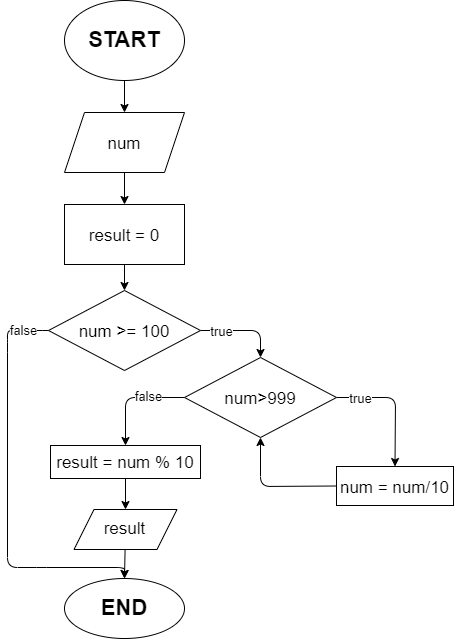
Before: HW2/Task2/task2.drawio.png, a diagram exported from draw.io (nondusty1/Homework). Source tidied: cells renumbered, new cells last; positions are measured from the earlier drawing's top-left corner, leaving out a move shared by most shapes. The source it was exported from:
```xml
<mxGraphModel>
  <root>
    <mxCell id="0" />
    <mxCell id="1" parent="0" />
    <mxCell id="2" style="edgeStyle=none;html=1;exitX=0.5;exitY=1;exitDx=0;exitDy=0;entryX=0.5;entryY=0;entryDx=0;entryDy=0;fontSize=22;" parent="1" edge="1" source="3" target="5">
      <mxGeometry relative="1" as="geometry" />
    </mxCell>
    <mxCell id="3" value="&lt;b&gt;&lt;font style=&quot;font-size: 22px&quot;&gt;START&lt;/font&gt;&lt;/b&gt;" style="ellipse;whiteSpace=wrap;html=1;" parent="1" vertex="1">
      <mxGeometry x="57" width="120" height="80" as="geometry" />
    </mxCell>
    <mxCell id="4" style="edgeStyle=none;html=1;fontSize=17;" parent="1" edge="1" source="5" target="7">
      <mxGeometry relative="1" as="geometry" />
    </mxCell>
    <mxCell id="5" value="&lt;font style=&quot;font-size: 17px&quot;&gt;num&lt;/font&gt;" style="shape=parallelogram;perimeter=parallelogramPerimeter;whiteSpace=wrap;html=1;fixedSize=1;fontSize=22;" parent="1" vertex="1">
      <mxGeometry x="57" y="112" width="120" height="60" as="geometry" />
    </mxCell>
    <mxCell id="6" style="edgeStyle=none;html=1;fontSize=17;" parent="1" edge="1" source="7" target="12">
      <mxGeometry relative="1" as="geometry" />
    </mxCell>
    <mxCell id="7" value="&lt;font style=&quot;font-size: 17px&quot;&gt;result = 0&lt;/font&gt;" style="whiteSpace=wrap;html=1;fontSize=22;" parent="1" vertex="1">
      <mxGeometry x="57" y="204" width="120" height="60" as="geometry" />
    </mxCell>
    <mxCell id="8" style="edgeStyle=none;html=1;exitX=1;exitY=0.5;exitDx=0;exitDy=0;entryX=0.5;entryY=0;entryDx=0;entryDy=0;fontSize=17;" parent="1" edge="1" source="12" target="17">
      <mxGeometry relative="1" as="geometry">
        <Array as="points">
          <mxPoint x="253" y="330" />
        </Array>
      </mxGeometry>
    </mxCell>
    <mxCell id="9" value="&lt;font style=&quot;font-size: 13px&quot;&gt;true&lt;/font&gt;" style="edgeLabel;html=1;align=center;verticalAlign=middle;fontSize=17;" parent="8" vertex="1">
      <mxGeometry x="-0.52" relative="1" as="geometry" />
    </mxCell>
    <mxCell id="10" style="edgeStyle=none;html=1;exitX=0;exitY=0.5;exitDx=0;exitDy=0;entryX=0.5;entryY=0;entryDx=0;entryDy=0;fontSize=22;" parent="1" edge="1" source="12" target="24">
      <mxGeometry relative="1" as="geometry">
        <Array as="points">
          <mxPoint x="29" y="330" />
          <mxPoint x="14" y="330" />
          <mxPoint y="330" />
          <mxPoint y="342" />
          <mxPoint y="567" />
          <mxPoint x="29" y="567" />
          <mxPoint x="117" y="567" />
        </Array>
      </mxGeometry>
    </mxCell>
    <mxCell id="11" value="false" style="edgeLabel;html=1;align=center;verticalAlign=middle;fontSize=13;" parent="10" vertex="1">
      <mxGeometry x="-0.87" y="-1" relative="1" as="geometry" />
    </mxCell>
    <mxCell id="12" value="&lt;font style=&quot;font-size: 17px&quot;&gt;num &amp;gt;= 100&lt;/font&gt;" style="rhombus;whiteSpace=wrap;html=1;fontSize=22;" parent="1" vertex="1">
      <mxGeometry x="41" y="290" width="152" height="80" as="geometry" />
    </mxCell>
    <mxCell id="13" style="edgeStyle=none;html=1;exitX=0;exitY=0.5;exitDx=0;exitDy=0;entryX=0.5;entryY=0;entryDx=0;entryDy=0;fontSize=17;" parent="1" edge="1" source="17" target="21">
      <mxGeometry relative="1" as="geometry">
        <Array as="points">
          <mxPoint x="118" y="397" />
        </Array>
      </mxGeometry>
    </mxCell>
    <mxCell id="14" value="&lt;font style=&quot;font-size: 13px&quot;&gt;false&lt;/font&gt;" style="edgeLabel;html=1;align=center;verticalAlign=middle;fontSize=17;" parent="13" vertex="1">
      <mxGeometry x="-0.31" y="-2" relative="1" as="geometry" />
    </mxCell>
    <mxCell id="15" style="edgeStyle=none;html=1;exitX=1;exitY=0.5;exitDx=0;exitDy=0;entryX=0.5;entryY=0;entryDx=0;entryDy=0;fontSize=17;" parent="1" edge="1" source="17" target="19">
      <mxGeometry relative="1" as="geometry">
        <Array as="points">
          <mxPoint x="388" y="397" />
        </Array>
      </mxGeometry>
    </mxCell>
    <mxCell id="16" value="&lt;font style=&quot;font-size: 13px&quot;&gt;true&lt;/font&gt;" style="edgeLabel;html=1;align=center;verticalAlign=middle;fontSize=17;" parent="15" vertex="1">
      <mxGeometry x="-0.64" relative="1" as="geometry" />
    </mxCell>
    <mxCell id="17" value="&lt;font style=&quot;font-size: 17px&quot;&gt;num&amp;gt;999&lt;/font&gt;" style="rhombus;whiteSpace=wrap;html=1;fontSize=22;" parent="1" vertex="1">
      <mxGeometry x="177" y="357" width="152" height="80" as="geometry" />
    </mxCell>
    <mxCell id="18" style="edgeStyle=none;html=1;exitX=0;exitY=0.5;exitDx=0;exitDy=0;entryX=0.5;entryY=1;entryDx=0;entryDy=0;fontSize=17;" parent="1" edge="1" source="19" target="17">
      <mxGeometry relative="1" as="geometry">
        <Array as="points">
          <mxPoint x="253" y="486" />
        </Array>
      </mxGeometry>
    </mxCell>
    <mxCell id="19" value="&lt;font style=&quot;font-size: 17px&quot;&gt;num = num/10&lt;/font&gt;" style="whiteSpace=wrap;html=1;fontSize=22;" parent="1" vertex="1">
      <mxGeometry x="329" y="466" width="117" height="39" as="geometry" />
    </mxCell>
    <mxCell id="20" style="edgeStyle=none;html=1;exitX=0.5;exitY=1;exitDx=0;exitDy=0;entryX=0.5;entryY=0;entryDx=0;entryDy=0;fontSize=17;" parent="1" edge="1" source="21" target="23">
      <mxGeometry relative="1" as="geometry" />
    </mxCell>
    <mxCell id="21" value="&lt;font style=&quot;font-size: 17px&quot;&gt;result = num % 10&lt;/font&gt;" style="whiteSpace=wrap;html=1;fontSize=22;" parent="1" vertex="1">
      <mxGeometry x="43" y="445" width="150" height="33" as="geometry" />
    </mxCell>
    <mxCell id="22" style="edgeStyle=none;html=1;fontSize=17;" parent="1" edge="1" source="23" target="24">
      <mxGeometry relative="1" as="geometry" />
    </mxCell>
    <mxCell id="23" value="result" style="shape=parallelogram;perimeter=parallelogramPerimeter;whiteSpace=wrap;html=1;fixedSize=1;fontSize=17;" parent="1" vertex="1">
      <mxGeometry x="66.5" y="509" width="103" height="40" as="geometry" />
    </mxCell>
    <mxCell id="24" value="&lt;font style=&quot;font-size: 22px&quot;&gt;&lt;b&gt;END&lt;/b&gt;&lt;/font&gt;" style="ellipse;whiteSpace=wrap;html=1;fontSize=17;" parent="1" vertex="1">
      <mxGeometry x="57" y="578" width="120" height="60" as="geometry" />
    </mxCell>
  </root>
</mxGraphModel>
```
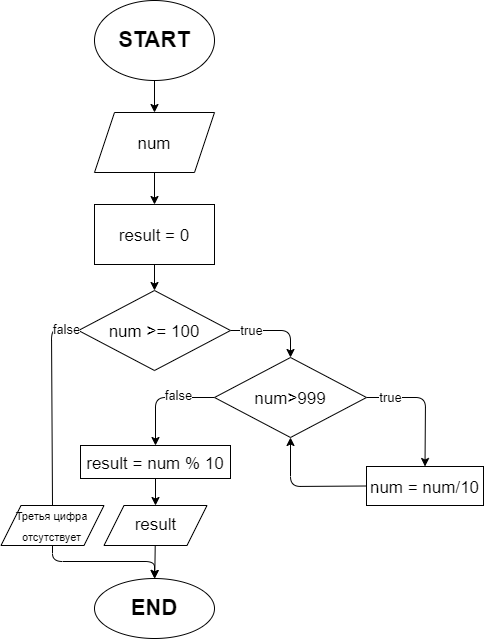
The same file after the commit.

The edit, as a diff of the source:
```diff
@@ -30,22 +30,6 @@
     <mxCell id="9" value="&lt;font style=&quot;font-size: 13px&quot;&gt;true&lt;/font&gt;" style="edgeLabel;html=1;align=center;verticalAlign=middle;fontSize=17;" parent="8" vertex="1">
       <mxGeometry x="-0.52" relative="1" as="geometry" />
     </mxCell>
-    <mxCell id="10" style="edgeStyle=none;html=1;exitX=0;exitY=0.5;exitDx=0;exitDy=0;entryX=0.5;entryY=0;entryDx=0;entryDy=0;fontSize=22;" parent="1" edge="1" source="12" target="24">
-      <mxGeometry relative="1" as="geometry">
-        <Array as="points">
-          <mxPoint x="29" y="330" />
-          <mxPoint x="14" y="330" />
-          <mxPoint y="330" />
-          <mxPoint y="342" />
-          <mxPoint y="567" />
-          <mxPoint x="29" y="567" />
-          <mxPoint x="117" y="567" />
-        </Array>
-      </mxGeometry>
-    </mxCell>
-    <mxCell id="11" value="false" style="edgeLabel;html=1;align=center;verticalAlign=middle;fontSize=13;" parent="10" vertex="1">
-      <mxGeometry x="-0.87" y="-1" relative="1" as="geometry" />
-    </mxCell>
     <mxCell id="12" value="&lt;font style=&quot;font-size: 17px&quot;&gt;num &amp;gt;= 100&lt;/font&gt;" style="rhombus;whiteSpace=wrap;html=1;fontSize=22;" parent="1" vertex="1">
       <mxGeometry x="41" y="290" width="152" height="80" as="geometry" />
     </mxCell>
@@ -92,10 +76,32 @@
       <mxGeometry relative="1" as="geometry" />
     </mxCell>
     <mxCell id="23" value="result" style="shape=parallelogram;perimeter=parallelogramPerimeter;whiteSpace=wrap;html=1;fixedSize=1;fontSize=17;" parent="1" vertex="1">
-      <mxGeometry x="66.5" y="509" width="103" height="40" as="geometry" />
+      <mxGeometry x="66.5" y="505" width="103" height="40" as="geometry" />
     </mxCell>
     <mxCell id="24" value="&lt;font style=&quot;font-size: 22px&quot;&gt;&lt;b&gt;END&lt;/b&gt;&lt;/font&gt;" style="ellipse;whiteSpace=wrap;html=1;fontSize=17;" parent="1" vertex="1">
       <mxGeometry x="57" y="578" width="120" height="60" as="geometry" />
     </mxCell>
+    <mxCell id="25" style="edgeStyle=none;html=1;exitX=0.5;exitY=1;exitDx=0;exitDy=0;entryX=0.5;entryY=0;entryDx=0;entryDy=0;fontSize=11;" parent="1" edge="1" source="26" target="24">
+      <mxGeometry relative="1" as="geometry">
+        <Array as="points">
+          <mxPoint x="15" y="561" />
+          <mxPoint x="117" y="561" />
+        </Array>
+      </mxGeometry>
+    </mxCell>
+    <mxCell id="26" value="&lt;font style=&quot;font-size: 11px&quot;&gt;Третья цифра отсутствует&lt;/font&gt;" style="shape=parallelogram;perimeter=parallelogramPerimeter;whiteSpace=wrap;html=1;fixedSize=1;fontSize=17;" parent="1" vertex="1">
+      <mxGeometry x="-36.5" y="505" width="103" height="40" as="geometry" />
+    </mxCell>
+    <mxCell id="27" style="edgeStyle=none;html=1;exitX=0;exitY=0.5;exitDx=0;exitDy=0;entryX=0.5;entryY=0;entryDx=0;entryDy=0;fontSize=22;endArrow=none;" parent="1" edge="1" source="12" target="26">
+      <mxGeometry relative="1" as="geometry">
+        <Array as="points">
+          <mxPoint x="29" y="330" />
+          <mxPoint x="14" y="330" />
+        </Array>
+      </mxGeometry>
+    </mxCell>
+    <mxCell id="11" value="false" style="edgeLabel;html=1;align=center;verticalAlign=middle;fontSize=13;" parent="27" vertex="1">
+      <mxGeometry x="-0.87" y="-1" relative="1" as="geometry" />
+    </mxCell>
   </root>
 </mxGraphModel>
```
